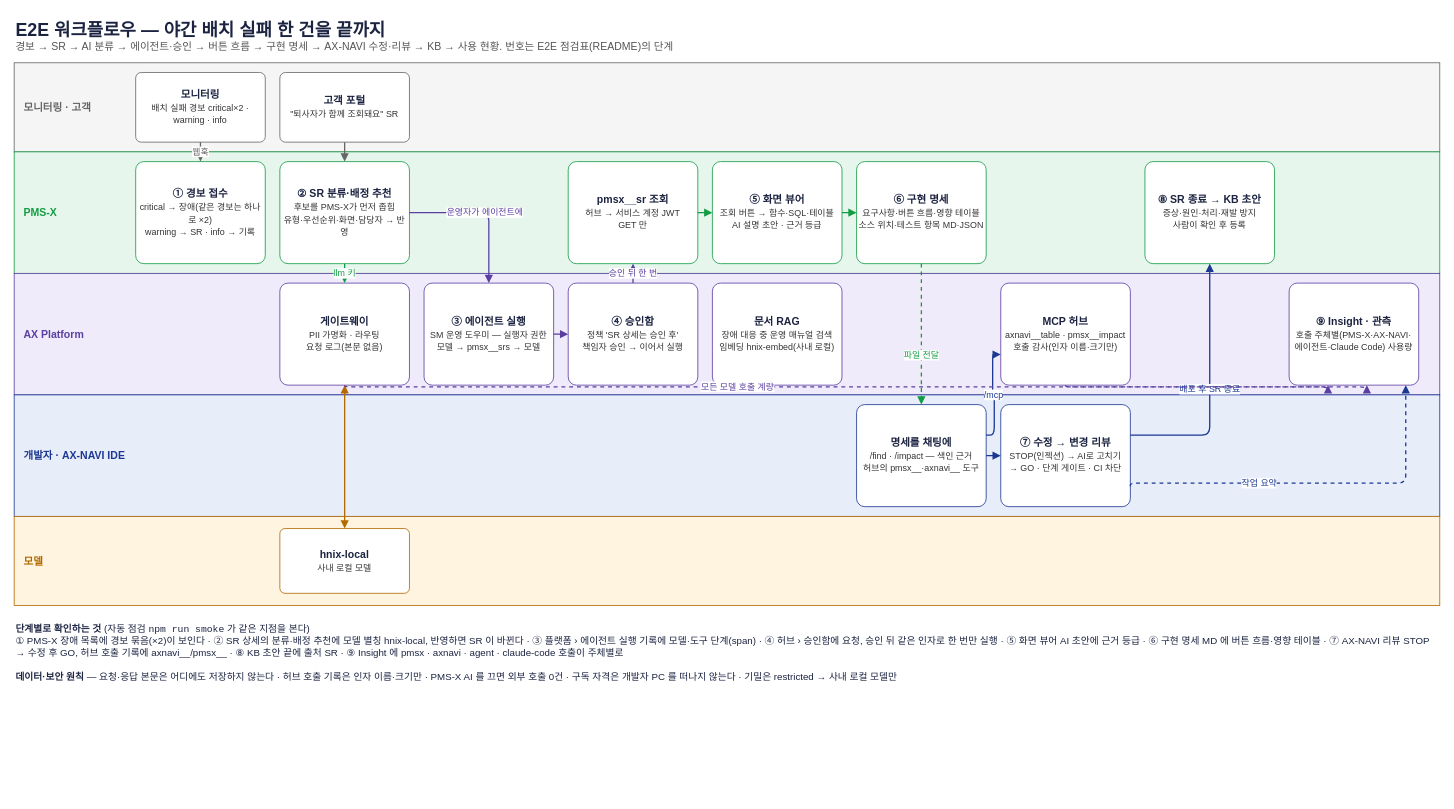
Malburi/hnix-ax-site keeps this draw.io diagram as page "2. E2E 워크플로우 — 장애 한 건" (2 of 2) of download/hnix-ax-architecture.drawio. Above is the earlier version. Source tidied: cells renumbered, new cells numbered last; positions are measured from the earlier drawing's top-left corner, leaving out a move shared by most shapes. Both pictures are drawn from the tidied source at 81%, with x=0, y=0 at pixel (14, 14).
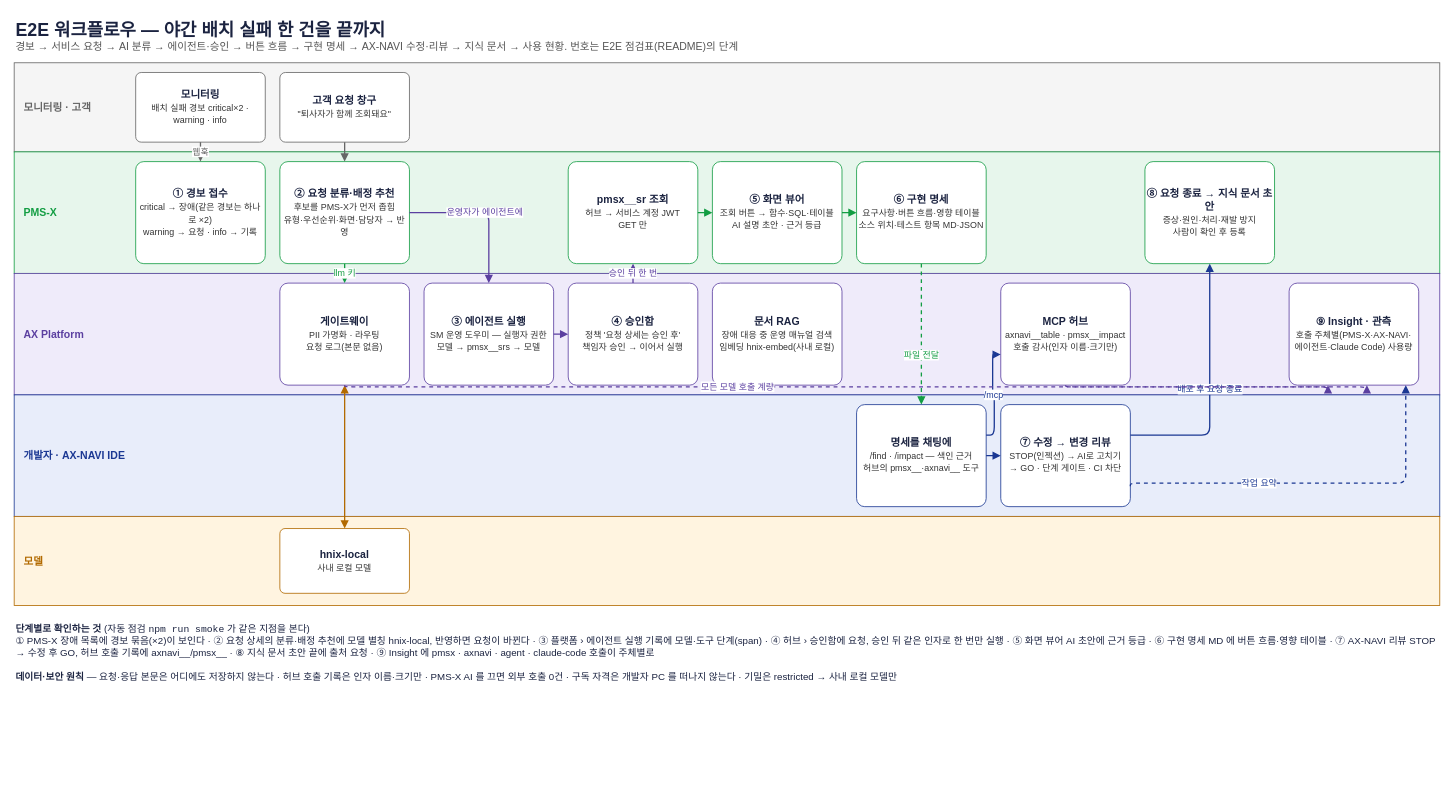
The same diagram, later.

The change refers to these unchanged cells:
```xml
<mxCell id="21" value="&lt;b&gt;⑦ 수정 → 변경 리뷰&lt;/b&gt;&lt;br&gt;&lt;font style='font-size:11px' color='#333333'&gt;STOP(인젝션) → AI로 고치기&lt;/font&gt;&lt;br&gt;&lt;font style='font-size:11px' color='#333333'&gt;→ GO · 단계 게이트 · CI 차단&lt;/font&gt;" style="rounded=1;arcSize=8;whiteSpace=wrap;html=1;strokeColor=#1B3893;fillColor=#FFFFFF;fontSize=13;fontColor=#1B2340;" parent="1" vertex="1">
  <mxGeometry x="1218" y="482" width="160" height="126" as="geometry" />
</mxCell>
```

Diff of the diagram source:
```diff
@@
-    <mxCell id="2" value="&lt;b style='font-size:22px'&gt;E2E 워크플로우 — 야간 배치 실패 한 건을 끝까지&lt;/b&gt;&lt;br&gt;&lt;font color='#555555'&gt;경보 → SR → AI 분류 → 에이전트·승인 → 버튼 흐름 → 구현 명세 → AX-NAVI 수정·리뷰 → KB → 사용 현황. 번호는 E2E 점검표(README)의 단계&lt;/font&gt;" style="text;html=1;whiteSpace=wrap;align=left;verticalAlign=top;fontSize=13;fontColor=#1B2340;" parent="1" vertex="1">
+    <mxCell id="2" value="&lt;b style='font-size:22px'&gt;E2E 워크플로우 — 야간 배치 실패 한 건을 끝까지&lt;/b&gt;&lt;br&gt;&lt;font color='#555555'&gt;경보 → 서비스 요청 → AI 분류 → 에이전트·승인 → 버튼 흐름 → 구현 명세 → AX-NAVI 수정·리뷰 → 지식 문서 → 사용 현황. 번호는 E2E 점검표(README)의 단계&lt;/font&gt;" style="text;html=1;whiteSpace=wrap;align=left;verticalAlign=top;fontSize=13;fontColor=#1B2340;" parent="1" vertex="1">
       <mxGeometry width="1500" height="40" as="geometry" />
     </mxCell>
@@
-    <mxCell id="9" value="&lt;b&gt;고객 포털&lt;/b&gt;&lt;br&gt;&lt;font style='font-size:11px' color='#333333'&gt;&quot;퇴사자가 함께 조회돼요&quot; SR&lt;/font&gt;" style="rounded=1;arcSize=8;whiteSpace=wrap;html=1;strokeColor=#666666;fillColor=#FFFFFF;fontSize=13;fontColor=#1B2340;" parent="1" vertex="1">
+    <mxCell id="9" value="&lt;b&gt;고객 요청 창구&lt;/b&gt;&lt;br&gt;&lt;font style='font-size:11px' color='#333333'&gt;&quot;퇴사자가 함께 조회돼요&quot;&lt;/font&gt;" style="rounded=1;arcSize=8;whiteSpace=wrap;html=1;strokeColor=#666666;fillColor=#FFFFFF;fontSize=13;fontColor=#1B2340;" parent="1" vertex="1">
       <mxGeometry x="328" y="72" width="160" height="86" as="geometry" />
     </mxCell>
-    <mxCell id="10" value="&lt;b&gt;① 경보 접수&lt;/b&gt;&lt;br&gt;&lt;font style='font-size:11px' color='#333333'&gt;critical → 장애(같은 경보는 하나로 ×2)&lt;/font&gt;&lt;br&gt;&lt;font style='font-size:11px' color='#333333'&gt;warning → SR · info → 기록&lt;/font&gt;" style="rounded=1;arcSize=8;whiteSpace=wrap;html=1;strokeColor=#139D43;fillColor=#FFFFFF;fontSize=13;fontColor=#1B2340;" parent="1" vertex="1">
+    <mxCell id="10" value="&lt;b&gt;① 경보 접수&lt;/b&gt;&lt;br&gt;&lt;font style='font-size:11px' color='#333333'&gt;critical → 장애(같은 경보는 하나로 ×2)&lt;/font&gt;&lt;br&gt;&lt;font style='font-size:11px' color='#333333'&gt;warning → 요청 · info → 기록&lt;/font&gt;" style="rounded=1;arcSize=8;whiteSpace=wrap;html=1;strokeColor=#139D43;fillColor=#FFFFFF;fontSize=13;fontColor=#1B2340;" parent="1" vertex="1">
       <mxGeometry x="150" y="182" width="160" height="126" as="geometry" />
     </mxCell>
-    <mxCell id="11" value="&lt;b&gt;② SR 분류·배정 추천&lt;/b&gt;&lt;br&gt;&lt;font style='font-size:11px' color='#333333'&gt;후보를 PMS-X가 먼저 좁힘&lt;/font&gt;&lt;br&gt;&lt;font style='font-size:11px' color='#333333'&gt;유형·우선순위·화면·담당자 → 반영&lt;/font&gt;" style="rounded=1;arcSize=8;whiteSpace=wrap;html=1;strokeColor=#139D43;fillColor=#FFFFFF;fontSize=13;fontColor=#1B2340;" parent="1" vertex="1">
+    <mxCell id="11" value="&lt;b&gt;② 요청 분류·배정 추천&lt;/b&gt;&lt;br&gt;&lt;font style='font-size:11px' color='#333333'&gt;후보를 PMS-X가 먼저 좁힘&lt;/font&gt;&lt;br&gt;&lt;font style='font-size:11px' color='#333333'&gt;유형·우선순위·화면·담당자 → 반영&lt;/font&gt;" style="rounded=1;arcSize=8;whiteSpace=wrap;html=1;strokeColor=#139D43;fillColor=#FFFFFF;fontSize=13;fontColor=#1B2340;" parent="1" vertex="1">
       <mxGeometry x="328" y="182" width="160" height="126" as="geometry" />
     </mxCell>
@@
-    <mxCell id="15" value="&lt;b&gt;④ 승인함&lt;/b&gt;&lt;br&gt;&lt;font style='font-size:11px' color='#333333'&gt;정책 'SR 상세는 승인 후'&lt;/font&gt;&lt;br&gt;&lt;font style='font-size:11px' color='#333333'&gt;책임자 승인 → 이어서 실행&lt;/font&gt;" style="rounded=1;arcSize=8;whiteSpace=wrap;html=1;strokeColor=#5B3FA0;fillColor=#FFFFFF;fontSize=13;fontColor=#1B2340;" parent="1" vertex="1">
+    <mxCell id="15" value="&lt;b&gt;④ 승인함&lt;/b&gt;&lt;br&gt;&lt;font style='font-size:11px' color='#333333'&gt;정책 '요청 상세는 승인 후'&lt;/font&gt;&lt;br&gt;&lt;font style='font-size:11px' color='#333333'&gt;책임자 승인 → 이어서 실행&lt;/font&gt;" style="rounded=1;arcSize=8;whiteSpace=wrap;html=1;strokeColor=#5B3FA0;fillColor=#FFFFFF;fontSize=13;fontColor=#1B2340;" parent="1" vertex="1">
       <mxGeometry x="684" y="332" width="160" height="126" as="geometry" />
     </mxCell>
@@
-    <mxCell id="22" value="&lt;b&gt;⑧ SR 종료 → KB 초안&lt;/b&gt;&lt;br&gt;&lt;font style='font-size:11px' color='#333333'&gt;증상·원인·처리·재발 방지&lt;/font&gt;&lt;br&gt;&lt;font style='font-size:11px' color='#333333'&gt;사람이 확인 후 등록&lt;/font&gt;" style="rounded=1;arcSize=8;whiteSpace=wrap;html=1;strokeColor=#139D43;fillColor=#FFFFFF;fontSize=13;fontColor=#1B2340;" parent="1" vertex="1">
+    <mxCell id="22" value="&lt;b&gt;⑧ 요청 종료 → 지식 문서 초안&lt;/b&gt;&lt;br&gt;&lt;font style='font-size:11px' color='#333333'&gt;증상·원인·처리·재발 방지&lt;/font&gt;&lt;br&gt;&lt;font style='font-size:11px' color='#333333'&gt;사람이 확인 후 등록&lt;/font&gt;" style="rounded=1;arcSize=8;whiteSpace=wrap;html=1;strokeColor=#139D43;fillColor=#FFFFFF;fontSize=13;fontColor=#1B2340;" parent="1" vertex="1">
       <mxGeometry x="1396" y="182" width="160" height="126" as="geometry" />
     </mxCell>
@@
-    <mxCell id="37" value="배포 후 SR 종료" style="edgeStyle=orthogonalEdgeStyle;rounded=1;html=1;strokeColor=#1B3893;strokeWidth=1.6;fontSize=11;fontColor=#1B3893;labelBackgroundColor=#FFFFFF;endArrow=block;endFill=1;exitX=1;exitY=0.3;exitDx=0;exitDy=0;entryX=0.5;entryY=1;entryDx=0;entryDy=0;" parent="1" edge="1" source="21" target="22">
+    <mxCell id="37" value="배포 후 요청 종료" style="edgeStyle=orthogonalEdgeStyle;rounded=1;html=1;strokeColor=#1B3893;strokeWidth=1.6;fontSize=11;fontColor=#1B3893;labelBackgroundColor=#FFFFFF;endArrow=block;endFill=1;exitX=1;exitY=0.3;exitDx=0;exitDy=0;entryX=0.5;entryY=1;entryDx=0;entryDy=0;" parent="1" edge="1" source="21" target="22">
       <mxGeometry relative="1" as="geometry" />
     </mxCell>
@@
-    <mxCell id="41" value="&lt;b&gt;단계별로 확인하는 것&lt;/b&gt; (자동 점검 &lt;code&gt;npm run smoke&lt;/code&gt; 가 같은 지점을 본다)&lt;br&gt;① PMS-X 장애 목록에 경보 묶음(×2)이 보인다 · ② SR 상세의 분류·배정 추천에 모델 별칭 hnix-local, 반영하면 SR 이 바뀐다 · ③ 플랫폼 › 에이전트 실행 기록에 모델·도구 단계(span) · ④ 허브 › 승인함에 요청, 승인 뒤 같은 인자로 한 번만 실행 · ⑤ 화면 뷰어 AI 초안에 근거 등급 · ⑥ 구현 명세 MD 에 버튼 흐름·영향 테이블 · ⑦ AX-NAVI 리뷰 STOP → 수정 후 GO, 허브 호출 기록에 axnavi__/pmsx__ · ⑧ KB 초안 끝에 출처 SR · ⑨ Insight 에 pmsx · axnavi · agent · claude-code 호출이 주체별로&lt;br&gt;&lt;br&gt;&lt;b&gt;데이터·보안 원칙&lt;/b&gt; — 요청·응답 본문은 어디에도 저장하지 않는다 · 허브 호출 기록은 인자 이름·크기만 · PMS-X AI 를 끄면 외부 호출 0건 · 구독 자격은 개발자 PC 를 떠나지 않는다 · 기밀은 restricted → 사내 로컬 모델만" style="text;html=1;whiteSpace=wrap;align=left;verticalAlign=top;fontSize=12;fontColor=#1B2340;" parent="1" vertex="1">
+    <mxCell id="41" value="&lt;b&gt;단계별로 확인하는 것&lt;/b&gt; (자동 점검 &lt;code&gt;npm run smoke&lt;/code&gt; 가 같은 지점을 본다)&lt;br&gt;① PMS-X 장애 목록에 경보 묶음(×2)이 보인다 · ② 요청 상세의 분류·배정 추천에 모델 별칭 hnix-local, 반영하면 요청이 바뀐다 · ③ 플랫폼 › 에이전트 실행 기록에 모델·도구 단계(span) · ④ 허브 › 승인함에 요청, 승인 뒤 같은 인자로 한 번만 실행 · ⑤ 화면 뷰어 AI 초안에 근거 등급 · ⑥ 구현 명세 MD 에 버튼 흐름·영향 테이블 · ⑦ AX-NAVI 리뷰 STOP → 수정 후 GO, 허브 호출 기록에 axnavi__/pmsx__ · ⑧ 지식 문서 초안 끝에 출처 요청 · ⑨ Insight 에 pmsx · axnavi · agent · claude-code 호출이 주체별로&lt;br&gt;&lt;br&gt;&lt;b&gt;데이터·보안 원칙&lt;/b&gt; — 요청·응답 본문은 어디에도 저장하지 않는다 · 허브 호출 기록은 인자 이름·크기만 · PMS-X AI 를 끄면 외부 호출 0건 · 구독 자격은 개발자 PC 를 떠나지 않는다 · 기밀은 restricted → 사내 로컬 모델만" style="text;html=1;whiteSpace=wrap;align=left;verticalAlign=top;fontSize=12;fontColor=#1B2340;" parent="1" vertex="1">
       <mxGeometry y="745" width="1760" height="220" as="geometry" />
     </mxCell>
```
